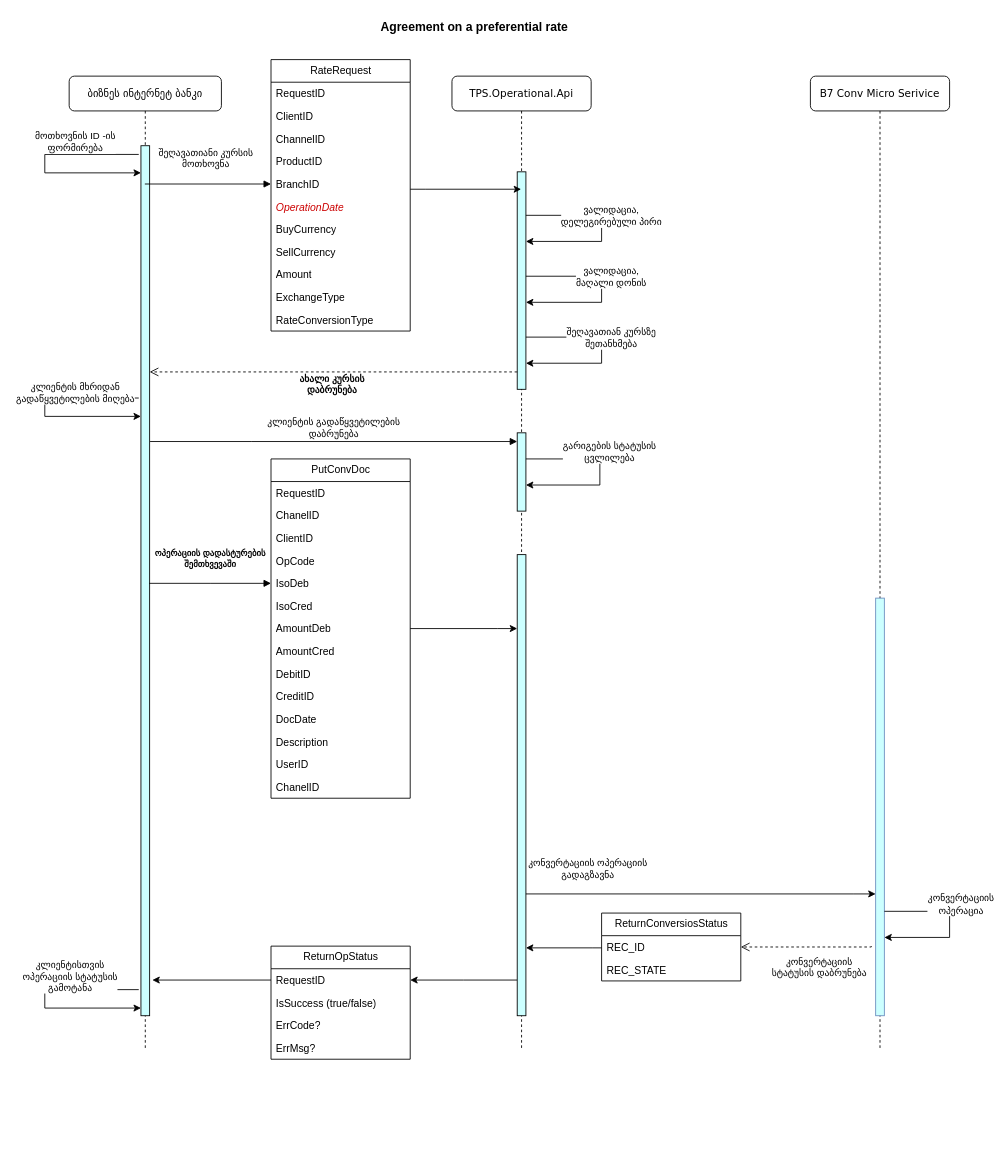
The draw.io diagram page "შეღავათიანიi კურსზე შეთანხმება SD" (1 of 2) of RateDealSequenceDiagramB7.drawio in vaso514d/drawio, before the edit. Source tidied: cells renumbered, new cells numbered last; positions are measured from the earlier drawing's top-left corner, leaving out a move shared by most shapes. Both pictures are drawn from the tidied source at 87%, with x=0, y=0 at pixel (44, 15).
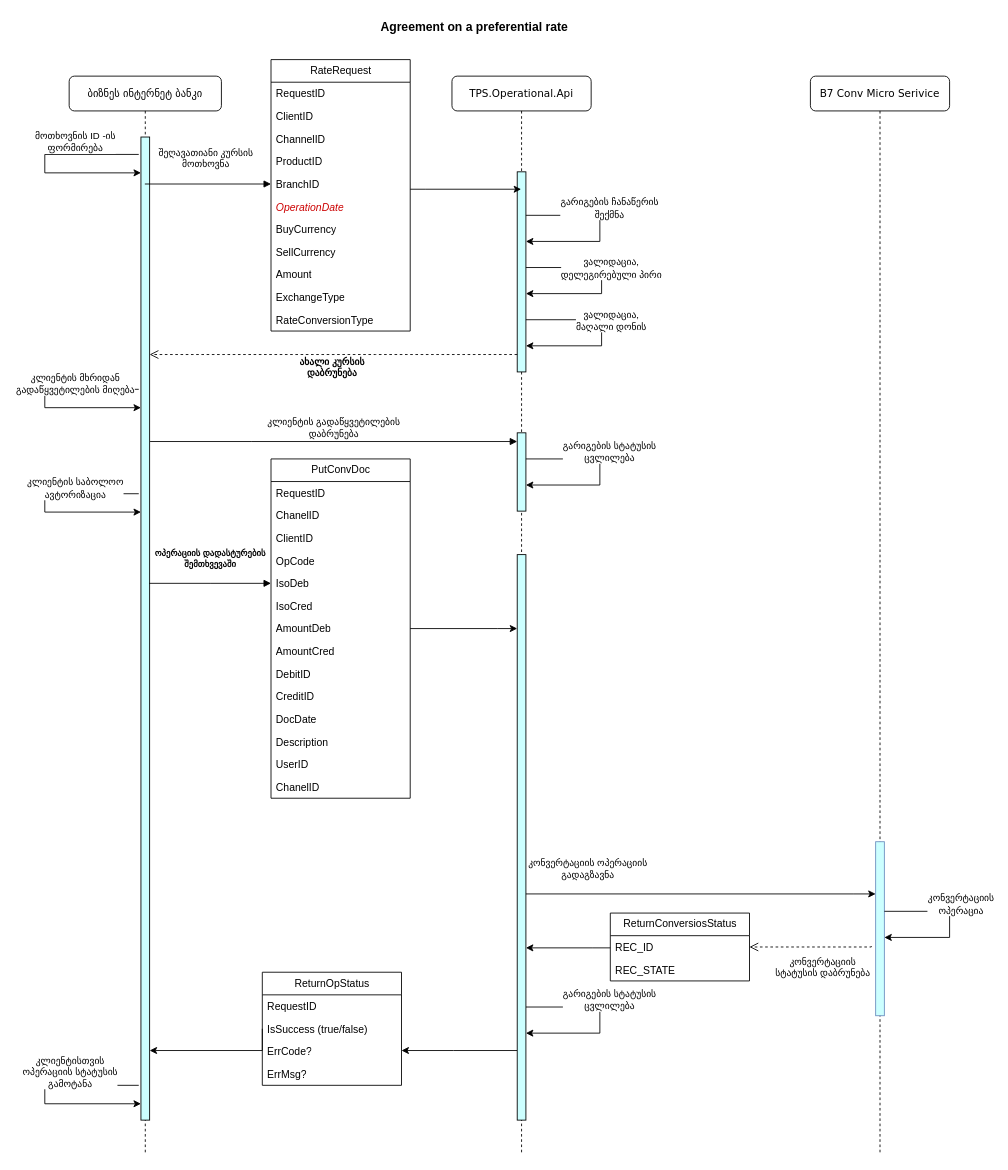
The same page after the edit.

Unchanged cells that the change refers to:
```xml
<mxCell id="45" value="RequestID" style="text;strokeColor=none;fillColor=none;align=left;verticalAlign=top;spacingLeft=4;spacingRight=4;overflow=hidden;points=[[0,0.5],[1,0.5]];portConstraint=eastwest;whiteSpace=wrap;html=1;fontColor=#000000;" parent="44" vertex="1">
  <mxGeometry y="26" width="160" height="26" as="geometry" />
</mxCell>
<mxCell id="46" value="IsSuccess (true/false)" style="text;strokeColor=none;fillColor=none;align=left;verticalAlign=top;spacingLeft=4;spacingRight=4;overflow=hidden;points=[[0,0.5],[1,0.5]];portConstraint=eastwest;whiteSpace=wrap;html=1;fontColor=#000000;" parent="44" vertex="1">
  <mxGeometry y="52" width="160" height="26" as="geometry" />
</mxCell>
```

What changed in the source:
```diff
@@
     <mxCell id="2" value="ბიზნეს ინტერნეტ ბანკი" style="shape=umlLifeline;perimeter=lifelinePerimeter;whiteSpace=wrap;html=1;outlineConnect=0;rounded=1;shadow=0;comic=0;labelBackgroundColor=none;strokeWidth=1;fontFamily=Verdana;fontSize=12;align=center;" parent="1" vertex="1">
-      <mxGeometry x="28" y="70" width="175" height="1120" as="geometry" />
+      <mxGeometry x="28" y="70" width="175" height="1240" as="geometry" />
     </mxCell>
     <mxCell id="3" style="html=1;points=[];perimeter=orthogonalPerimeter;rounded=0;shadow=0;comic=0;labelBackgroundColor=none;strokeWidth=1;fontFamily=Verdana;fontSize=12;align=center;fillColor=#CCFFFF;" parent="2" vertex="1">
-      <mxGeometry x="82.5" y="80" width="10" height="1000" as="geometry" />
+      <mxGeometry x="82.5" y="70" width="10" height="1130" as="geometry" />
     </mxCell>
@@
     <mxCell id="6" style="endArrow=classic;html=1;rounded=0;strokeColor=default;edgeStyle=orthogonalEdgeStyle;exitX=0.2;exitY=0.153;exitDx=0;exitDy=0;exitPerimeter=0;" parent="2" edge="1">
       <mxGeometry relative="1" as="geometry">
-        <mxPoint x="80" y="370" as="sourcePoint" />
-        <mxPoint x="82.5" y="391.1" as="targetPoint" />
+        <mxPoint x="80" y="360" as="sourcePoint" />
+        <mxPoint x="82.5" y="381.1" as="targetPoint" />
         <Array as="points">
-          <mxPoint x="-28" y="370" />
-          <mxPoint x="-28" y="391" />
+          <mxPoint x="-28" y="360" />
+          <mxPoint x="-28" y="381" />
         </Array>
       </mxGeometry>
     </mxCell>
@@
     <mxCell id="8" style="endArrow=classic;html=1;rounded=0;strokeColor=default;edgeStyle=orthogonalEdgeStyle;exitX=0.2;exitY=0.153;exitDx=0;exitDy=0;exitPerimeter=0;" parent="2" edge="1">
       <mxGeometry relative="1" as="geometry">
-        <mxPoint x="80" y="1050" as="sourcePoint" />
-        <mxPoint x="82.5" y="1071.2" as="targetPoint" />
+        <mxPoint x="80" y="1160" as="sourcePoint" />
+        <mxPoint x="82.5" y="1181.2" as="targetPoint" />
         <Array as="points">
-          <mxPoint x="-28" y="1050" />
-          <mxPoint x="-28" y="1071" />
+          <mxPoint x="-28" y="1160" />
+          <mxPoint x="-28" y="1181" />
         </Array>
       </mxGeometry>
     </mxCell>
@@
     <mxCell id="10" value="TPS.Operational.Api" style="shape=umlLifeline;perimeter=lifelinePerimeter;whiteSpace=wrap;html=1;outlineConnect=0;rounded=1;shadow=0;comic=0;labelBackgroundColor=none;strokeWidth=1;fontFamily=Verdana;fontSize=12;align=center;" parent="1" vertex="1">
-      <mxGeometry x="468" y="70" width="160" height="1120" as="geometry" />
+      <mxGeometry x="468" y="70" width="160" height="1240" as="geometry" />
     </mxCell>
     <mxCell id="11" style="html=1;points=[];perimeter=orthogonalPerimeter;outlineConnect=0;targetShapes=umlLifeline;portConstraint=eastwest;newEdgeStyle={&quot;edgeStyle&quot;:&quot;elbowEdgeStyle&quot;,&quot;elbow&quot;:&quot;vertical&quot;,&quot;curved&quot;:0,&quot;rounded&quot;:0};fillColor=#CCFFFF;" parent="10" vertex="1">
-      <mxGeometry x="75" y="110" width="10" height="250" as="geometry" />
+      <mxGeometry x="75" y="110" width="10" height="230" as="geometry" />
     </mxCell>
@@
     <mxCell id="15" style="endArrow=classic;html=1;rounded=0;strokeColor=default;edgeStyle=orthogonalEdgeStyle;" parent="10" edge="1">
       <mxGeometry relative="1" as="geometry">
-        <mxPoint x="85" y="160" as="sourcePoint" />
-        <mxPoint x="85" y="190" as="targetPoint" />
+        <mxPoint x="85" y="220" as="sourcePoint" />
+        <mxPoint x="85" y="250" as="targetPoint" />
         <Array as="points">
-          <mxPoint x="172" y="160" />
-          <mxPoint x="172" y="190" />
+          <mxPoint x="172" y="220" />
+          <mxPoint x="172" y="250" />
         </Array>
       </mxGeometry>
     </mxCell>
@@
     <mxCell id="17" style="endArrow=classic;html=1;rounded=0;strokeColor=default;edgeStyle=orthogonalEdgeStyle;" parent="10" edge="1">
       <mxGeometry relative="1" as="geometry">
-        <mxPoint x="85" y="230" as="sourcePoint" />
-        <mxPoint x="85" y="260" as="targetPoint" />
+        <mxPoint x="85" y="280" as="sourcePoint" />
+        <mxPoint x="85" y="310" as="targetPoint" />
         <Array as="points">
-          <mxPoint x="172" y="230" />
-          <mxPoint x="172" y="260" />
+          <mxPoint x="172" y="280" />
+          <mxPoint x="172" y="310" />
         </Array>
       </mxGeometry>
     </mxCell>
@@
-    <mxCell id="19" style="endArrow=classic;html=1;rounded=0;strokeColor=default;edgeStyle=orthogonalEdgeStyle;" parent="10" edge="1">
-      <mxGeometry relative="1" as="geometry">
-        <mxPoint x="85" y="300" as="sourcePoint" />
-        <mxPoint x="85" y="330" as="targetPoint" />
-        <Array as="points">
-          <mxPoint x="172" y="300" />
-          <mxPoint x="172" y="330" />
-        </Array>
-      </mxGeometry>
-    </mxCell>
-    <mxCell id="20" value="შეღავათიან კურსზე&lt;br&gt;შეთანხმება" style="edgeLabel;html=1;align=center;verticalAlign=middle;" parent="19" vertex="1">
-      <mxGeometry x="-0.23" y="1" relative="1" as="geometry">
-        <mxPoint x="18" y="1" as="offset" />
-      </mxGeometry>
-    </mxCell>
+    <mxCell id="74" style="endArrow=classic;html=1;rounded=0;strokeColor=default;edgeStyle=orthogonalEdgeStyle;" parent="10" edge="1">
+      <mxGeometry relative="1" as="geometry">
+        <mxPoint x="85" y="1070" as="sourcePoint" />
+        <mxPoint x="85" y="1100" as="targetPoint" />
+        <Array as="points">
+          <mxPoint x="170" y="1070.5" />
+          <mxPoint x="170" y="1100.5" />
+        </Array>
+      </mxGeometry>
+    </mxCell>
+    <mxCell id="75" value="გარიგების სტატუსის&lt;br&gt;ცვლილება" style="edgeLabel;html=1;align=center;verticalAlign=middle;" parent="74" vertex="1">
+      <mxGeometry x="-0.23" y="1" relative="1" as="geometry">
+        <mxPoint x="18" y="-8" as="offset" />
+      </mxGeometry>
+    </mxCell>
+    <mxCell id="76" style="endArrow=classic;html=1;rounded=0;strokeColor=default;edgeStyle=orthogonalEdgeStyle;" parent="10" edge="1">
+      <mxGeometry relative="1" as="geometry">
+        <mxPoint x="85" y="160" as="sourcePoint" />
+        <mxPoint x="85" y="190" as="targetPoint" />
+        <Array as="points">
+          <mxPoint x="170" y="160.5" />
+          <mxPoint x="170" y="190.5" />
+        </Array>
+      </mxGeometry>
+    </mxCell>
+    <mxCell id="77" value="გარიგების ჩანაწერის&lt;br&gt;შექმნა" style="edgeLabel;html=1;align=center;verticalAlign=middle;" parent="76" vertex="1">
+      <mxGeometry x="-0.23" y="1" relative="1" as="geometry">
+        <mxPoint x="18" y="-8" as="offset" />
+      </mxGeometry>
+    </mxCell>
@@
     <mxCell id="22" value="&lt;b&gt;ახალი კურსის&lt;br&gt;დაბრუნება&lt;/b&gt;" style="html=1;verticalAlign=bottom;endArrow=open;dashed=1;endSize=8;edgeStyle=elbowEdgeStyle;elbow=vertical;curved=0;rounded=0;" parent="1" edge="1" source="11" target="3">
       <mxGeometry x="0.01" y="30" relative="1" as="geometry">
         <Array as="points">
+          <mxPoint x="380" y="390" />
           <mxPoint x="358" y="410" />
           <mxPoint x="408" y="440" />
           <mxPoint x="418" y="450" />
           <mxPoint x="218" y="250" />
         </Array>
       </mxGeometry>
     </mxCell>
@@
     <mxCell id="38" value="B7 Conv Micro Serivice" style="shape=umlLifeline;perimeter=lifelinePerimeter;whiteSpace=wrap;html=1;rounded=1;shadow=0;comic=0;labelBackgroundColor=none;strokeWidth=1;fontFamily=Verdana;fontSize=12;align=center;" parent="1" vertex="1">
-      <mxGeometry x="880" y="70" width="160" height="1120" as="geometry" />
+      <mxGeometry x="880" y="70" width="160" height="1240" as="geometry" />
     </mxCell>
     <mxCell id="39" style="html=1;points=[];perimeter=orthogonalPerimeter;outlineConnect=0;targetShapes=umlLifeline;portConstraint=eastwest;newEdgeStyle={&quot;edgeStyle&quot;:&quot;elbowEdgeStyle&quot;,&quot;elbow&quot;:&quot;vertical&quot;,&quot;curved&quot;:0,&quot;rounded&quot;:0};fillColor=#CCFFFF;strokeColor=#6c8ebf;" parent="38" vertex="1">
-      <mxGeometry x="75" y="600" width="10" height="480" as="geometry" />
+      <mxGeometry x="75" y="880" width="10" height="200" as="geometry" />
     </mxCell>
@@
     <mxCell id="44" value="ReturnOpStatus" style="swimlane;fontStyle=0;horizontal=1;startSize=26;fillColor=none;html=1;fontColor=#000000;" parent="1" vertex="1">
-      <mxGeometry x="260" y="1070" width="160" height="130" as="geometry" />
+      <mxGeometry x="250" y="1100" width="160" height="130" as="geometry" />
     </mxCell>
@@
-    <mxCell id="67" style="edgeStyle=orthogonalEdgeStyle;rounded=0;jettySize=auto;html=1;entryX=1.31;entryY=0.959;entryDx=0;entryDy=0;entryPerimeter=0;" parent="1" edge="1" source="45" target="3">
-      <mxGeometry relative="1" as="geometry" />
+    <mxCell id="67" style="edgeStyle=orthogonalEdgeStyle;rounded=0;jettySize=auto;html=1;exitX=0;exitY=0.5;exitDx=0;exitDy=0;" parent="1" edge="1" source="46" target="3">
+      <mxGeometry relative="1" as="geometry">
+        <Array as="points">
+          <mxPoint x="250" y="1190" />
+        </Array>
+      </mxGeometry>
     </mxCell>
-    <mxCell id="68" style="edgeStyle=elbowEdgeStyle;rounded=0;jettySize=auto;html=1;elbow=vertical;curved=0;entryX=1;entryY=0.5;entryDx=0;entryDy=0;" parent="1" edge="1" source="73" target="45">
-      <mxGeometry relative="1" as="geometry" />
+    <mxCell id="68" style="edgeStyle=elbowEdgeStyle;rounded=0;jettySize=auto;html=1;elbow=vertical;curved=0;" parent="1" edge="1" source="73">
+      <mxGeometry relative="1" as="geometry">
+        <mxPoint x="410" y="1190" as="targetPoint" />
+        <Array as="points">
+          <mxPoint x="470" y="1190" />
+          <mxPoint x="490" y="1190" />
+          <mxPoint x="480" y="1210" />
+          <mxPoint x="480" y="1150" />
+          <mxPoint x="477" y="1170" />
+        </Array>
+      </mxGeometry>
     </mxCell>
     <mxCell id="69" value="ReturnConversiosStatus" style="swimlane;fontStyle=0;horizontal=1;startSize=26;fillColor=none;html=1;fontColor=#000000;" parent="1" vertex="1">
-      <mxGeometry x="640" y="1032" width="160" height="78" as="geometry" />
+      <mxGeometry x="650" y="1032" width="160" height="78" as="geometry" />
     </mxCell>
@@
     <mxCell id="73" style="html=1;points=[];perimeter=orthogonalPerimeter;outlineConnect=0;targetShapes=umlLifeline;portConstraint=eastwest;newEdgeStyle={&quot;edgeStyle&quot;:&quot;elbowEdgeStyle&quot;,&quot;elbow&quot;:&quot;vertical&quot;,&quot;curved&quot;:0,&quot;rounded&quot;:0};fillColor=#CCFFFF;" parent="1" vertex="1">
-      <mxGeometry x="543" y="620" width="10" height="530" as="geometry" />
+      <mxGeometry x="543" y="620" width="10" height="650" as="geometry" />
     </mxCell>
+    <mxCell id="78" style="endArrow=classic;html=1;rounded=0;strokeColor=default;edgeStyle=orthogonalEdgeStyle;exitX=0.2;exitY=0.153;exitDx=0;exitDy=0;exitPerimeter=0;" parent="1" edge="1">
+      <mxGeometry relative="1" as="geometry">
+        <mxPoint x="108" y="550" as="sourcePoint" />
+        <mxPoint x="110.5" y="571.1" as="targetPoint" />
+        <Array as="points">
+          <mxPoint y="550" />
+          <mxPoint y="571" />
+        </Array>
+      </mxGeometry>
+    </mxCell>
+    <mxCell id="79" value="კლიენტის საბოლოო&lt;br&gt;ავტორიზაცია" style="edgeLabel;html=1;align=center;verticalAlign=middle;" parent="78" vertex="1">
+      <mxGeometry x="-0.23" y="1" relative="1" as="geometry">
+        <mxPoint x="18" y="-8" as="offset" />
+      </mxGeometry>
+    </mxCell>
```
